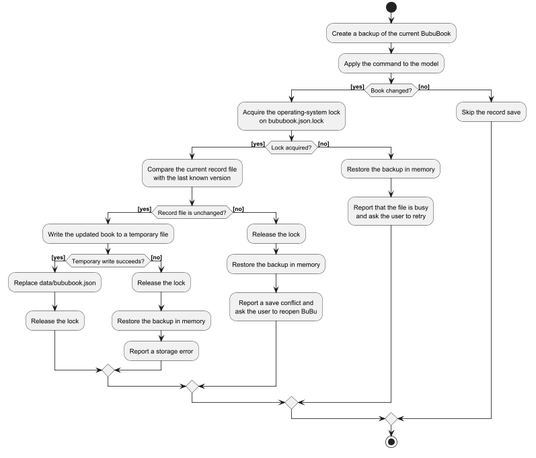
Earlier version of the PlantUML export docs/images/SafePersistence.png (0218hy/tp). Its source is kept beside it as docs/diagrams/SafePersistence.puml.
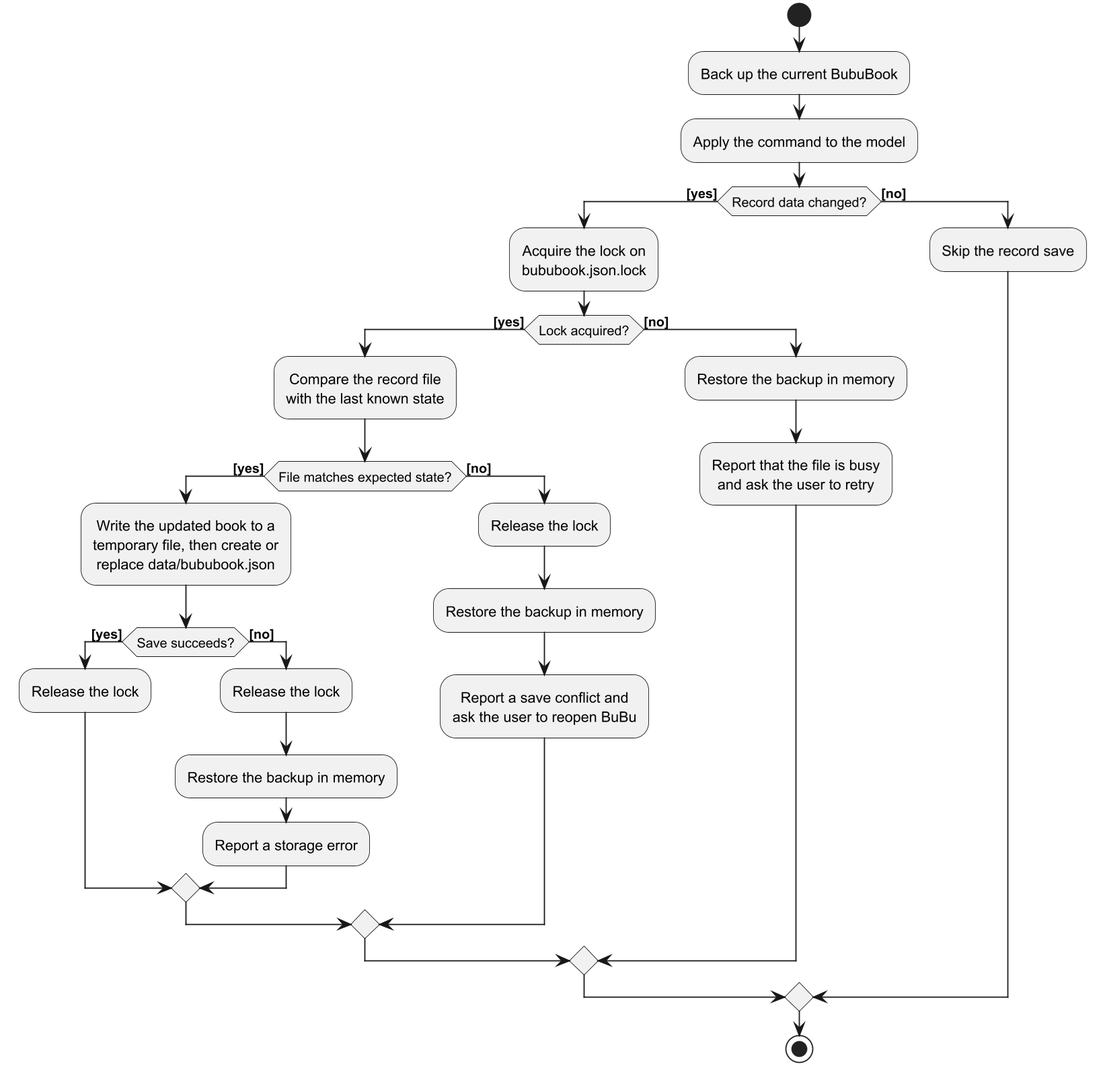
After the commit.

Commit message:
Fix SafePersistence diagram

The edit, as a diff of the source:
```diff
@@ -1,24 +1,23 @@
 @startuml
 !include style.puml
 
-title Safely saving a changed BubuBook
+title Safe persistence of a changed BubuBook
 
 start
 
-:Create a backup of the current BubuBook;
+:Back up the current BubuBook;
 :Apply the command to the model;
 
-if (Book changed?) then ([yes])
-    :Acquire the operating-system lock\non bububook.json.lock;
+if (Record data changed?) then ([yes])
+    :Acquire the lock on\nbububook.json.lock;
 
     if (Lock acquired?) then ([yes])
-        :Compare the current record file\nwith the last known version;
+        :Compare the record file\nwith the last known state;
 
-        if (Record file is unchanged?) then ([yes])
-            :Write the updated book to a temporary file;
+        if (File matches expected state?) then ([yes])
+            :Write the updated book to a\ntemporary file, then create or\nreplace data/bububook.json;
 
-            if (Temporary write succeeds?) then ([yes])
-                :Replace data/bububook.json;
+            if (Save succeeds?) then ([yes])
                 :Release the lock;
             else ([no])
                 :Release the lock;
@@ -37,5 +36,6 @@
 else ([no])
     :Skip the record save;
 endif
+
 stop
 @enduml
```
